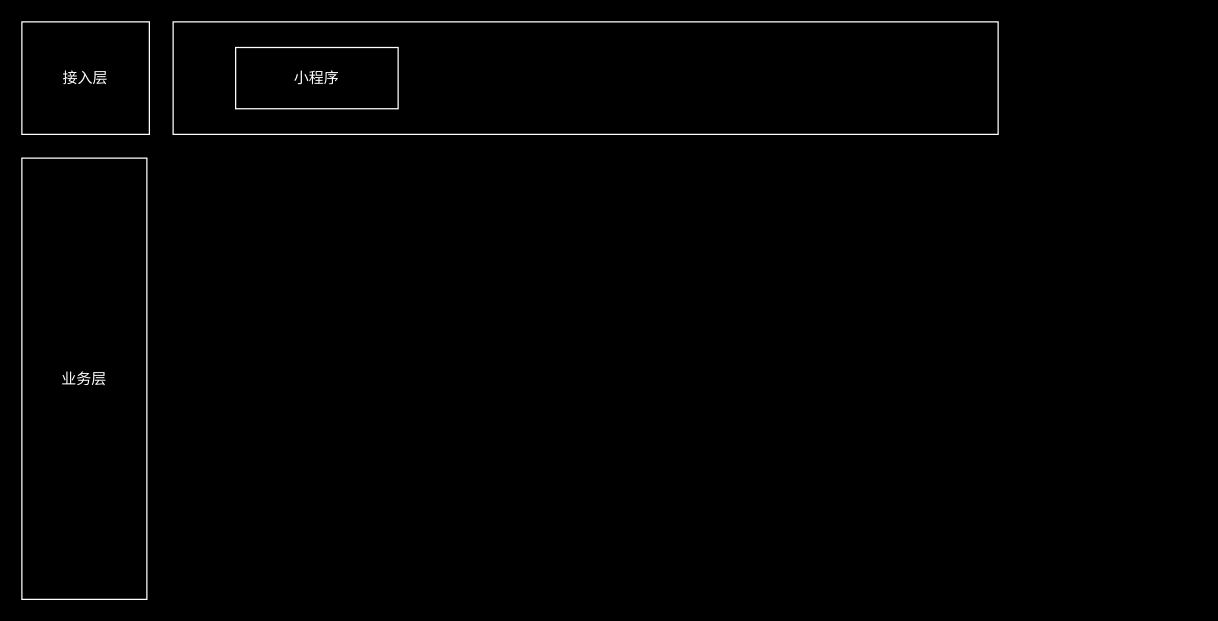
Earlier version of the draw.io diagram 业务架构.drawio (zhaoershuang/flow-chart). Source tidied: cells renumbered, new cells numbered last; positions are measured from the earlier drawing's top-left corner, leaving out a move shared by most shapes. Both pictures are drawn from the tidied source at 125%, with x=0, y=0 at pixel (21, 21).
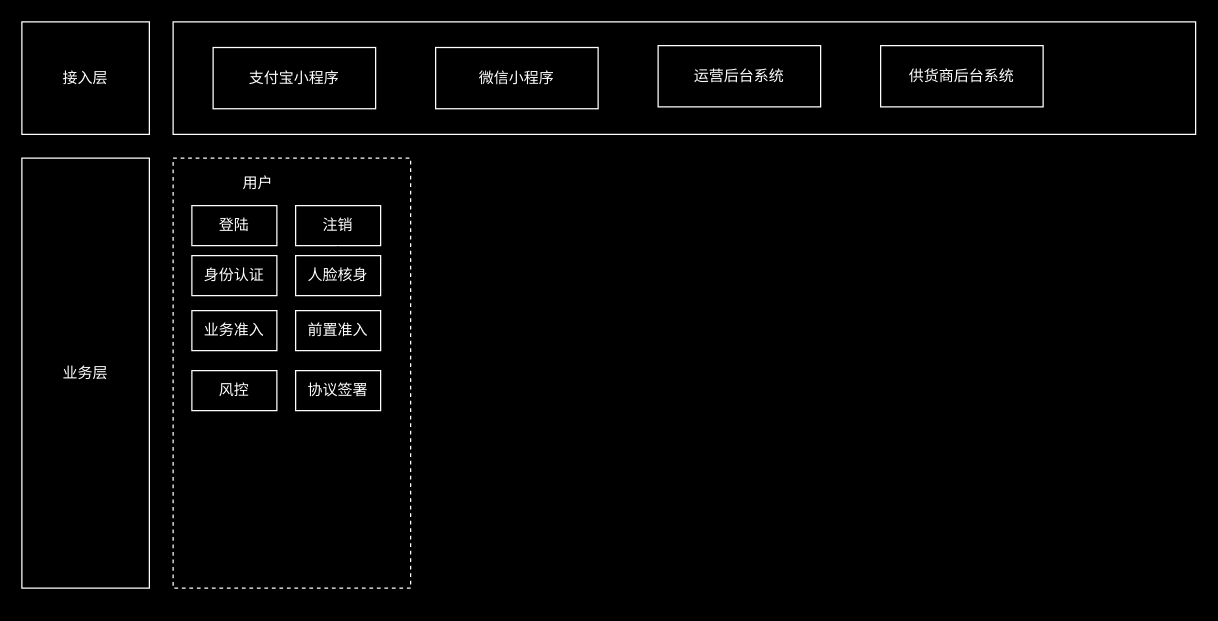
The same page after the edit.

Commit message (it also covers changes not shown here):
更新业务架构.drawio

Diff of the diagram source:
```diff
@@
 <mxGraphModel background="#000000">
   <root>
     <mxCell id="0" />
     <mxCell id="1" parent="0" />
-    <mxCell id="2" value="&lt;font color=&quot;#ffffff&quot;&gt;接入层&lt;/font&gt;" style="rounded=0;whiteSpace=wrap;html=1;labelBackgroundColor=none;fillColor=none;strokeWidth=1;strokeColor=#FFFFFF;" parent="1" vertex="1">
+    <mxCell id="2" value="&lt;font color=&quot;#ffffff&quot;&gt;接入层&lt;/font&gt;" style="rounded=0;whiteSpace=wrap;html=1;labelBackgroundColor=none;fillColor=none;strokeWidth=1;strokeColor=#FFFFFF;fontColor=#FEFAE0;" parent="1" vertex="1">
       <mxGeometry width="102" height="90" as="geometry" />
     </mxCell>
-    <mxCell id="3" value="&lt;font color=&quot;#ffffff&quot;&gt;业务层&lt;/font&gt;" style="rounded=0;whiteSpace=wrap;html=1;labelBackgroundColor=none;fillColor=none;strokeWidth=1;strokeColor=#FFFFFF;" parent="1" vertex="1">
-      <mxGeometry y="109" width="100" height="353" as="geometry" />
+    <mxCell id="3" value="&lt;font color=&quot;#ffffff&quot;&gt;业务层&lt;/font&gt;" style="rounded=0;whiteSpace=wrap;html=1;labelBackgroundColor=none;fillColor=none;strokeWidth=1;strokeColor=#FFFFFF;fontColor=#FEFAE0;" parent="1" vertex="1">
+      <mxGeometry y="109" width="102" height="344" as="geometry" />
     </mxCell>
-    <mxCell id="4" style="rounded=0;whiteSpace=wrap;html=1;labelBackgroundColor=none;fillColor=none;strokeWidth=1;strokeColor=#FFFFFF;" parent="1" vertex="1">
-      <mxGeometry x="121" width="660" height="90" as="geometry" />
+    <mxCell id="4" style="rounded=0;whiteSpace=wrap;html=1;labelBackgroundColor=none;fillColor=none;strokeWidth=1;strokeColor=#FFFFFF;fontColor=#FEFAE0;" parent="1" vertex="1">
+      <mxGeometry x="121" width="818" height="90" as="geometry" />
     </mxCell>
-    <mxCell id="5" value="&lt;font color=&quot;#ffffff&quot;&gt;小程序&lt;/font&gt;" style="rounded=0;whiteSpace=wrap;html=1;labelBackgroundColor=none;fillColor=none;strokeWidth=1;strokeColor=#FFFFFF;" parent="1" vertex="1">
-      <mxGeometry x="171" y="20.5" width="130" height="49" as="geometry" />
+    <mxCell id="5" value="&lt;font color=&quot;#ffffff&quot;&gt;支付宝小程序&lt;/font&gt;" style="rounded=0;whiteSpace=wrap;html=1;labelBackgroundColor=none;fillColor=none;strokeWidth=1;strokeColor=#FFFFFF;fontColor=#ffffff;" parent="1" vertex="1">
+      <mxGeometry x="153" y="20.5" width="130" height="49" as="geometry" />
     </mxCell>
+    <mxCell id="6" value="&lt;font color=&quot;#ffffff&quot;&gt;运营后台系统&lt;/font&gt;" style="rounded=0;whiteSpace=wrap;html=1;labelBackgroundColor=none;fillColor=none;strokeWidth=1;strokeColor=#FFFFFF;fontColor=#FEFAE0;" parent="1" vertex="1">
+      <mxGeometry x="509" y="19" width="130" height="49" as="geometry" />
+    </mxCell>
+    <mxCell id="7" value="&lt;font color=&quot;#ffffff&quot;&gt;供货商后台系统&lt;/font&gt;" style="rounded=0;whiteSpace=wrap;html=1;labelBackgroundColor=none;fillColor=none;strokeWidth=1;strokeColor=#FFFFFF;fontColor=#FEFAE0;" parent="1" vertex="1">
+      <mxGeometry x="687" y="19" width="130" height="49" as="geometry" />
+    </mxCell>
+    <mxCell id="8" value="&lt;font color=&quot;#ffffff&quot;&gt;微信小程序&lt;/font&gt;" style="rounded=0;whiteSpace=wrap;html=1;labelBackgroundColor=none;fillColor=none;strokeWidth=1;strokeColor=#FFFFFF;fontColor=#FEFAE0;" parent="1" vertex="1">
+      <mxGeometry x="331" y="20.5" width="130" height="49" as="geometry" />
+    </mxCell>
+    <mxCell id="9" style="rounded=0;whiteSpace=wrap;html=1;labelBackgroundColor=none;fillColor=none;strokeWidth=1;strokeColor=#FFFFFF;dashed=1;fontColor=#FEFAE0;" parent="1" vertex="1">
+      <mxGeometry x="121" y="109" width="190" height="344" as="geometry" />
+    </mxCell>
+    <mxCell id="10" value="&lt;font color=&quot;#ffffff&quot;&gt;用户&lt;/font&gt;" style="text;html=1;align=center;verticalAlign=middle;whiteSpace=wrap;rounded=0;labelBackgroundColor=none;fontColor=#FEFAE0;strokeColor=none;" parent="1" vertex="1">
+      <mxGeometry x="159" y="114" width="60" height="30" as="geometry" />
+    </mxCell>
+    <mxCell id="11" value="登陆" style="rounded=0;whiteSpace=wrap;html=1;labelBackgroundColor=none;fillColor=none;strokeWidth=1;strokeColor=#FFFFFF;fontColor=#ffffff;" parent="1" vertex="1">
+      <mxGeometry x="136" y="147" width="68" height="32" as="geometry" />
+    </mxCell>
+    <mxCell id="12" value="注销" style="rounded=0;whiteSpace=wrap;html=1;labelBackgroundColor=none;fillColor=none;strokeWidth=1;strokeColor=#FFFFFF;fontColor=#ffffff;" parent="1" vertex="1">
+      <mxGeometry x="219" y="147" width="68" height="32" as="geometry" />
+    </mxCell>
+    <mxCell id="13" style="edgeStyle=orthogonalEdgeStyle;rounded=0;jettySize=auto;html=1;" parent="1" edge="1" source="14" target="12">
+      <mxGeometry relative="1" as="geometry" />
+    </mxCell>
+    <mxCell id="14" value="身份认证" style="rounded=0;whiteSpace=wrap;html=1;labelBackgroundColor=none;fillColor=none;strokeWidth=1;strokeColor=#FFFFFF;fontColor=#ffffff;" parent="1" vertex="1">
+      <mxGeometry x="136" y="187" width="68" height="32" as="geometry" />
+    </mxCell>
+    <mxCell id="15" value="人脸核身" style="rounded=0;whiteSpace=wrap;html=1;labelBackgroundColor=none;fillColor=none;strokeWidth=1;strokeColor=#FFFFFF;fontColor=#ffffff;" parent="1" vertex="1">
+      <mxGeometry x="219" y="187" width="68" height="32" as="geometry" />
+    </mxCell>
+    <mxCell id="16" value="业务准入" style="rounded=0;whiteSpace=wrap;html=1;labelBackgroundColor=none;fillColor=none;strokeWidth=1;strokeColor=#FFFFFF;fontColor=#ffffff;" parent="1" vertex="1">
+      <mxGeometry x="136" y="231" width="68" height="32" as="geometry" />
+    </mxCell>
+    <mxCell id="17" value="前置准入" style="rounded=0;whiteSpace=wrap;html=1;labelBackgroundColor=none;fillColor=none;strokeWidth=1;strokeColor=#FFFFFF;fontColor=#ffffff;" parent="1" vertex="1">
+      <mxGeometry x="219" y="231" width="68" height="32" as="geometry" />
+    </mxCell>
+    <mxCell id="18" value="风控" style="rounded=0;whiteSpace=wrap;html=1;labelBackgroundColor=none;fillColor=none;strokeWidth=1;strokeColor=#FFFFFF;fontColor=#ffffff;" parent="1" vertex="1">
+      <mxGeometry x="136" y="279" width="68" height="32" as="geometry" />
+    </mxCell>
+    <mxCell id="19" value="协议签署" style="rounded=0;whiteSpace=wrap;html=1;labelBackgroundColor=none;fillColor=none;strokeWidth=1;strokeColor=#FFFFFF;fontColor=#ffffff;" parent="1" vertex="1">
+      <mxGeometry x="219" y="279" width="68" height="32" as="geometry" />
+    </mxCell>
   </root>
 </mxGraphModel>
```
